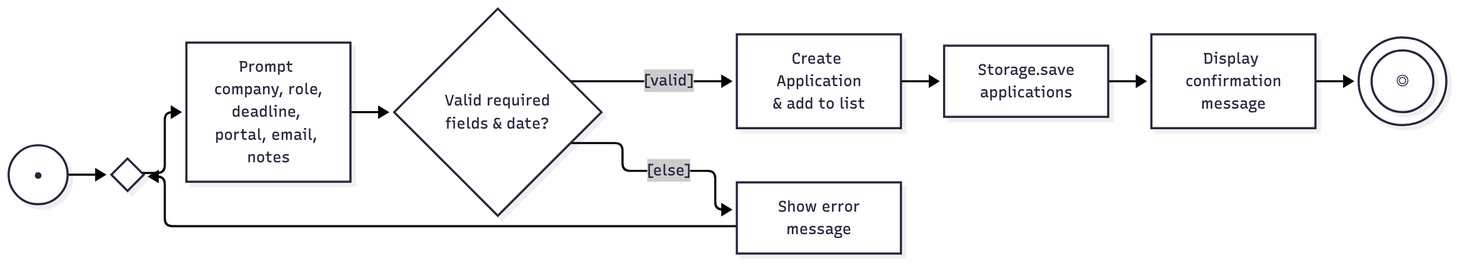
AY2627S1-CS2113-T10-2/tp keeps this Mermaid diagram as docs/diagrams/add-application-activity.png. Above is the earlier version. Its source is kept beside it as docs/diagrams/sources/add-application-activity.mmd.
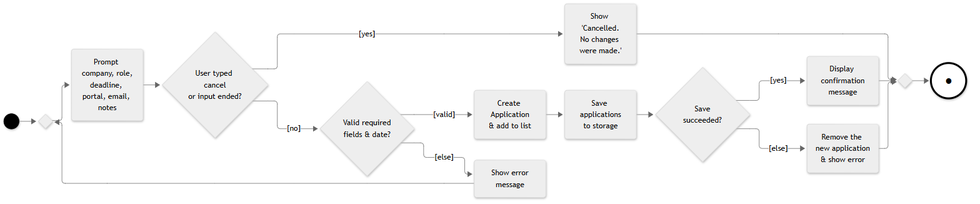
After the commit.

Diff of the diagram source:
```diff
@@ -1,10 +1,20 @@
+%%{init: {'theme': 'neutral'}}%%
 flowchart LR
-    Start((●)) --> MergePrompt{ }
-    MergePrompt --> Prompt["Prompt company, role,<br/>deadline, portal, email, notes"]
-    Prompt --> Validate{"Valid required<br/>fields & date?"}
-    Validate -->|"[valid]"| Create["Create Application<br/>& add to list"]
-    Validate -->|"[else]"| ShowErr["Show error<br/>message"]
+    Start(( )):::start --> MergePrompt{ }
+    MergePrompt --> Prompt("Prompt company, role,<br/>deadline, portal, email, notes")
+    Prompt --> Cancelled{"User typed cancel<br/>or input ended?"}
+    Cancelled -->|"[yes]"| ShowCancel("Show 'Cancelled.<br/>No changes were made.'")
+    Cancelled -->|"[no]"| Validate{"Valid required<br/>fields & date?"}
+    Validate -->|"[valid]"| Create("Create Application<br/>& add to list")
+    Validate -->|"[else]"| ShowErr("Show error<br/>message")
     ShowErr --> MergePrompt
-    Create --> Save["Storage.save<br/>applications"]
-    Save --> Show["Display confirmation<br/>message"]
-    Show --> End(((◎)))
+    Create --> Save("Save applications<br/>to storage")
+    Save --> Saved{"Save<br/>succeeded?"}
+    Saved -->|"[yes]"| Show("Display confirmation<br/>message")
+    Saved -->|"[else]"| Rollback("Remove the new application<br/>& show error")
+    Show --> MergeEnd{ }
+    Rollback --> MergeEnd
+    ShowCancel --> MergeEnd
+    MergeEnd --> End(("●")):::finish
+    classDef start fill:#000,stroke:#000
+    classDef finish fill:#fff,stroke:#000,stroke-width:4px,font-size:26px
```
